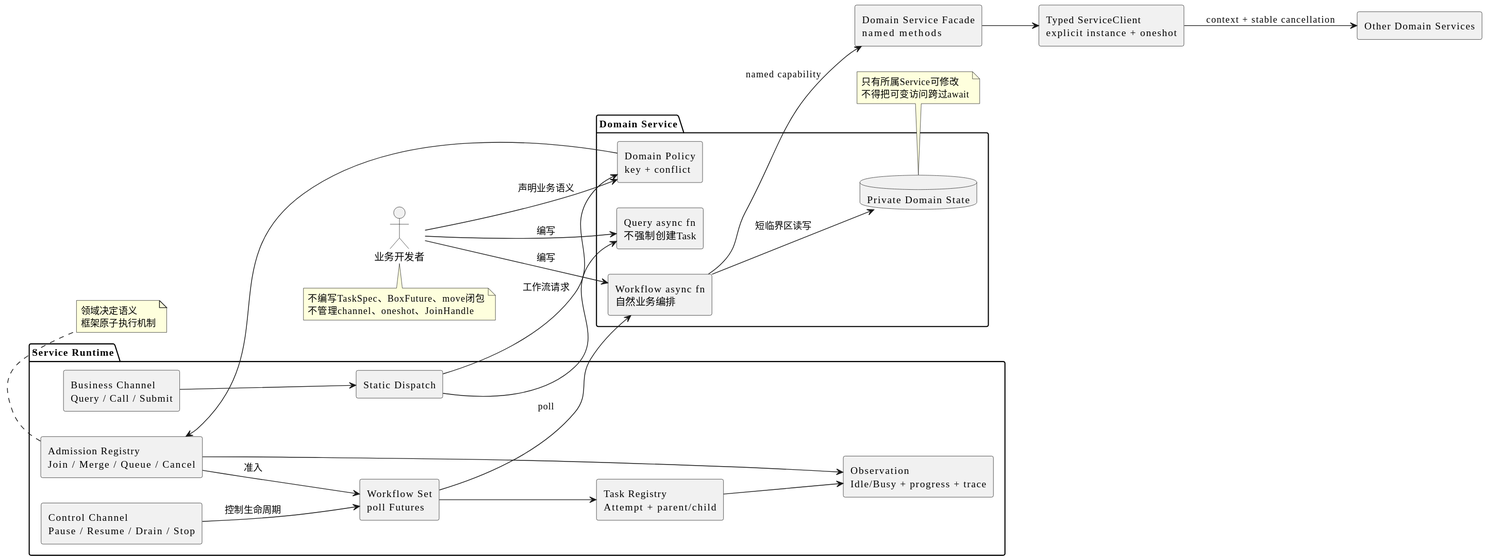
Before: pool-control-plane-baseline/assets/service-runtime-contract.svg, a diagram exported from PlantUML (limushu/runtime).
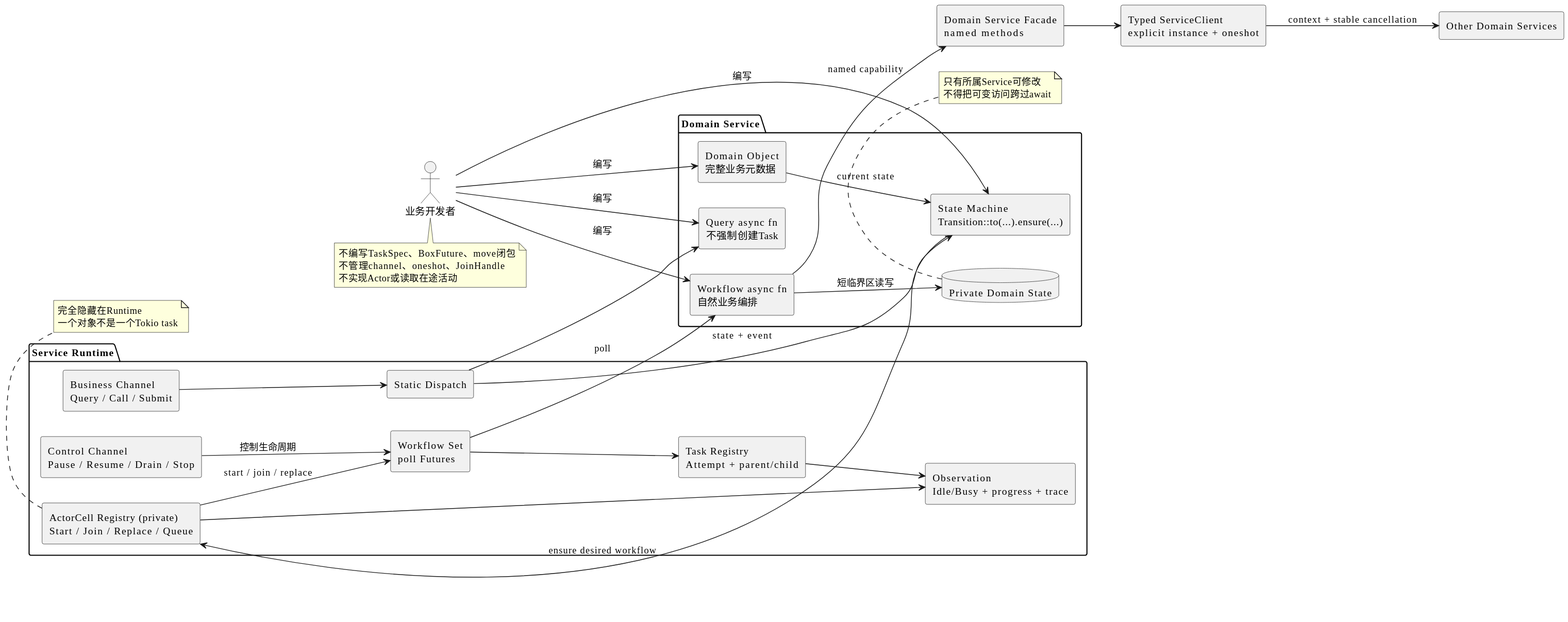
After the commit.

The edit, as a diff of the source:
```diff
@@ -8,9 +8,10 @@
 actor "业务开发者" as Developer
 
 package "Domain Service" {
+  component "Domain Object\n完整业务元数据" as Object
+  component "State Machine\nTransition::to(...).ensure(...)" as Machine
   component "Query async fn\n不强制创建Task" as Query
   component "Workflow async fn\n自然业务编排" as Workflow
-  component "Domain Policy\nkey + conflict" as Policy
   database "Private Domain State" as State
 }
 
@@ -18,7 +19,7 @@
   component "Control Channel\nPause / Resume / Drain / Stop" as Control
   component "Business Channel\nQuery / Call / Submit" as Business
   component "Static Dispatch" as Dispatch
-  component "Admission Registry\nJoin / Merge / Queue / Cancel" as Admission
+  component "ActorCell Registry (private)\nStart / Join / Replace / Queue" as ActorCell
   component "Workflow Set\npoll Futures" as Futures
   component "Task Registry\nAttempt + parent/child" as Tasks
   component "Observation\nIdle/Busy + progress + trace" as Observation
@@ -30,13 +31,15 @@
 
 Developer --> Query : 编写
 Developer --> Workflow : 编写
-Developer --> Policy : 声明业务语义
+Developer --> Object : 编写
+Developer --> Machine : 编写
 Business --> Dispatch
 Control --> Futures : 控制生命周期
 Dispatch --> Query
-Dispatch --> Policy : 工作流请求
-Policy --> Admission
-Admission --> Futures : 准入
+Dispatch --> Machine : state + event
+Object --> Machine : current state
+Machine --> ActorCell : ensure desired workflow
+ActorCell --> Futures : start / join / replace
 Futures --> Workflow : poll
 Workflow --> State : 短临界区读写
 Workflow --> Facade : named capability
@@ -44,11 +47,12 @@
 Client --> Other : context + stable cancellation
 Futures --> Tasks
 Tasks --> Observation
-Admission --> Observation
+ActorCell --> Observation
 
 note bottom of Developer
 不编写TaskSpec、BoxFuture、move闭包
 不管理channel、oneshot、JoinHandle
+不实现Actor或读取在途活动
 end note
 
 note bottom of State
@@ -56,8 +60,8 @@
 不得把可变访问跨过await
 end note
 
-note bottom of Admission
-领域决定语义
-框架原子执行机制
+note bottom of ActorCell
+完全隐藏在Runtime
+一个对象不是一个Tokio task
 end note
 @enduml
```
